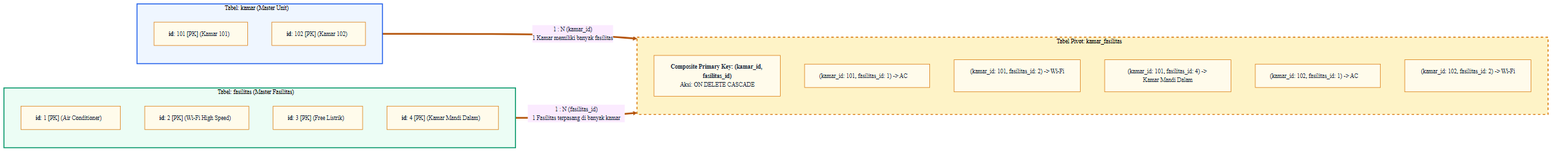
The Mermaid diagram Blueprint/erd/diagram_relasi_many_to_many.png in rafifarsyapradiva/asri-boarding-house, before a commit. Its source is kept beside it as Blueprint/erd/diagram_relasi_many_to_many.mmd.
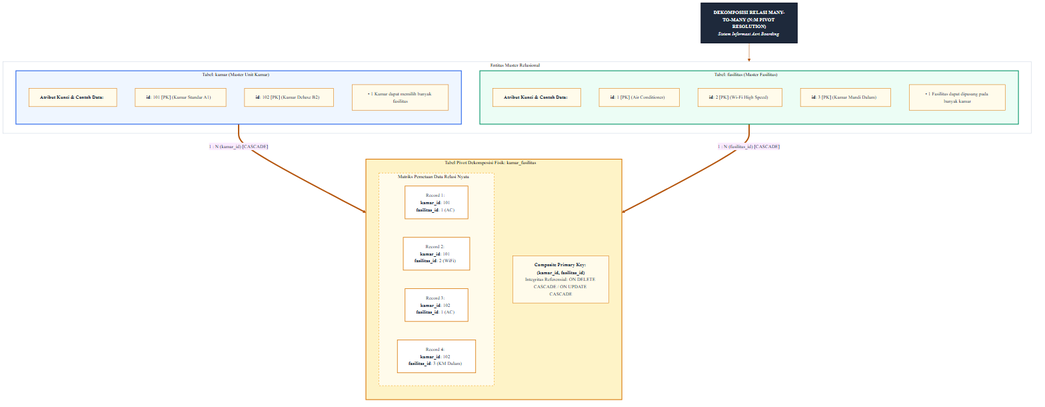
Later version of the same file.

Change to the diagram source:
```diff
@@ -5,38 +5,56 @@
     'primaryTextColor': '#1E293B',
     'primaryBorderColor': '#D97706',
     'lineColor': '#B45309',
-    'fontSize': '12px',
+    'fontSize': '13px',
     'fontFamily': 'Inter, system-ui, sans-serif'
   }
 }}%%
-flowchart LR
-    subgraph KAMAR_NODE["Tabel: kamar (Master Unit)"]
-        direction TB
-        K1["<b>id</b>: 101 [PK] (Kamar 101)"]
-        K2["<b>id</b>: 102 [PK] (Kamar 102)"]
+flowchart TB
+    TITLE["<b>DEKOMPOSISI RELASI MANY-TO-MANY (N:M PIVOT RESOLUTION)</b><br><i>Sistem Informasi Asri Boarding House</i>"]
+
+    subgraph MASTERS ["Entitas Master Relasional"]
+        direction LR
+        subgraph KAMAR_NODE["Tabel: kamar (Master Unit Kamar)"]
+            direction TB
+            K_TITLE["<b>Atribut Kunci & Contoh Data:</b>"]
+            K1["<b>id</b>: 101 [PK] (Kamar Standar A1)"]
+            K2["<b>id</b>: 102 [PK] (Kamar Deluxe B2)"]
+            K_NOTE["• 1 Kamar dapat memilih banyak fasilitas"]
+        end
+
+        subgraph FASILITAS_NODE["Tabel: fasilitas (Master Fasilitas)"]
+            direction TB
+            F_TITLE["<b>Atribut Kunci & Contoh Data:</b>"]
+            F1["<b>id</b>: 1 [PK] (Air Conditioner)"]
+            F2["<b>id</b>: 2 [PK] (Wi-Fi High Speed)"]
+            F3["<b>id</b>: 3 [PK] (Kamar Mandi Dalam)"]
+            F_NOTE["• 1 Fasilitas dapat dipasang pada banyak kamar"]
+        end
     end
 
-    subgraph PIVOT_NODE["Tabel Pivot: kamar_fasilitas"]
+    subgraph PIVOT_CONTAINER ["Tabel Pivot Dekomposisi Fisik: kamar_fasilitas"]
         direction TB
-        P_TITLE["<b>Composite Primary Key: (kamar_id, fasilitas_id)</b><br>Aksi: ON DELETE CASCADE"]
-        P1["(kamar_id: 101, fasilitas_id: 1) -> AC"]
-        P2["(kamar_id: 101, fasilitas_id: 2) -> Wi-Fi"]
-        P3["(kamar_id: 101, fasilitas_id: 4) -> Kamar Mandi Dalam"]
-        P4["(kamar_id: 102, fasilitas_id: 1) -> AC"]
-        P5["(kamar_id: 102, fasilitas_id: 2) -> Wi-Fi"]
+        P_HEADER["<b>Composite Primary Key: (kamar_id, fasilitas_id)</b><br>Integritas Referensial: ON DELETE CASCADE / ON UPDATE CASCADE"]
+        subgraph PIVOT_RECORDS ["Matriks Pemetaan Data Relasi Nyata"]
+            direction LR
+            P1["Record 1:<br><b>kamar_id</b>: 101<br><b>fasilitas_id</b>: 1 (AC)"]
+            P2["Record 2:<br><b>kamar_id</b>: 101<br><b>fasilitas_id</b>: 2 (WiFi)"]
+            P3["Record 3:<br><b>kamar_id</b>: 102<br><b>fasilitas_id</b>: 1 (AC)"]
+            P4["Record 4:<br><b>kamar_id</b>: 102<br><b>fasilitas_id</b>: 3 (KM Dalam)"]
+        end
     end
 
-    subgraph FASILITAS_NODE["Tabel: fasilitas (Master Fasilitas)"]
-        direction TB
-        F1["<b>id</b>: 1 [PK] (Air Conditioner)"]
-        F2["<b>id</b>: 2 [PK] (Wi-Fi High Speed)"]
-        F3["<b>id</b>: 3 [PK] (Free Listrik)"]
-        F4["<b>id</b>: 4 [PK] (Kamar Mandi Dalam)"]
-    end
+    TITLE --> MASTERS
+    KAMAR_NODE ==>|"1 : N (kamar_id) [CASCADE]"| PIVOT_CONTAINER
+    FASILITAS_NODE ==>|"1 : N (fasilitas_id) [CASCADE]"| PIVOT_CONTAINER
 
-    KAMAR_NODE ==>|"1 : N (kamar_id)<br>1 Kamar memiliki banyak fasilitas"| PIVOT_NODE
-    FASILITAS_NODE ==>|"1 : N (fasilitas_id)<br>1 Fasilitas terpasang di banyak kamar"| PIVOT_NODE
-
+    style TITLE fill:#1E293B,stroke:#0F172A,color:#F8FAFC,stroke-width:2px
+    style MASTERS fill:#FFFFFF,stroke:#CBD5E1,stroke-width:1px
     style KAMAR_NODE fill:#EFF6FF,stroke:#2563EB,stroke-width:2px
-    style PIVOT_NODE fill:#FEF3C7,stroke:#D97706,stroke-width:2px,stroke-dasharray: 5 5
     style FASILITAS_NODE fill:#ECFDF5,stroke:#059669,stroke-width:2px
+    style PIVOT_CONTAINER fill:#FEF3C7,stroke:#D97706,stroke-width:2px
+    style PIVOT_RECORDS fill:#FFFBEB,stroke:#F59E0B,stroke-width:1px,stroke-dasharray: 4 4
+    style P1 fill:#FFFFFF,stroke:#D97706,stroke-width:1.5px
+    style P2 fill:#FFFFFF,stroke:#D97706,stroke-width:1.5px
+    style P3 fill:#FFFFFF,stroke:#D97706,stroke-width:1.5px
+    style P4 fill:#FFFFFF,stroke:#D97706,stroke-width:1.5px
```
